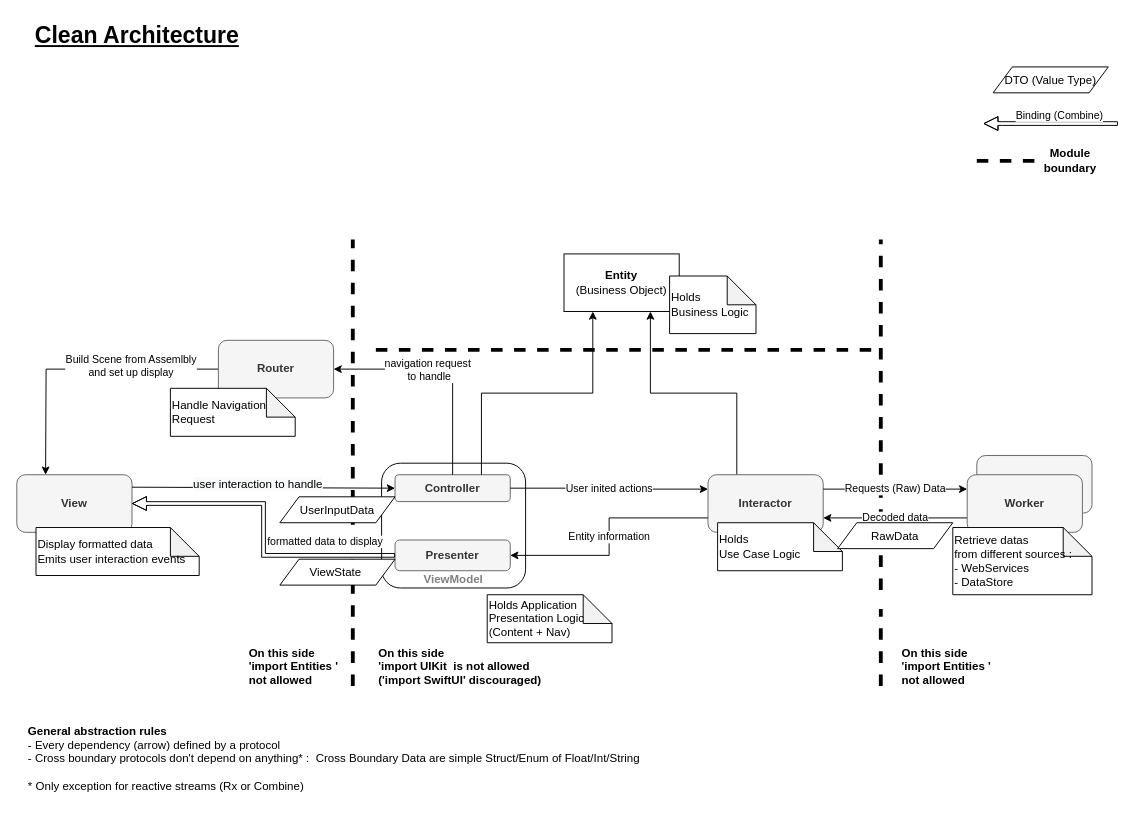
The draw.io diagram Figures/CleanArch_Responsibilities_Boundary_details.drawio in MaximeWacker/MCHB-NG-Doc, before the edit. Source tidied: cells renumbered, new cells numbered last; positions are measured from the earlier drawing's top-left corner, leaving out a move shared by most shapes. Both pictures are drawn from the tidied source at 96%, with x=0, y=0 at pixel (16, 16).
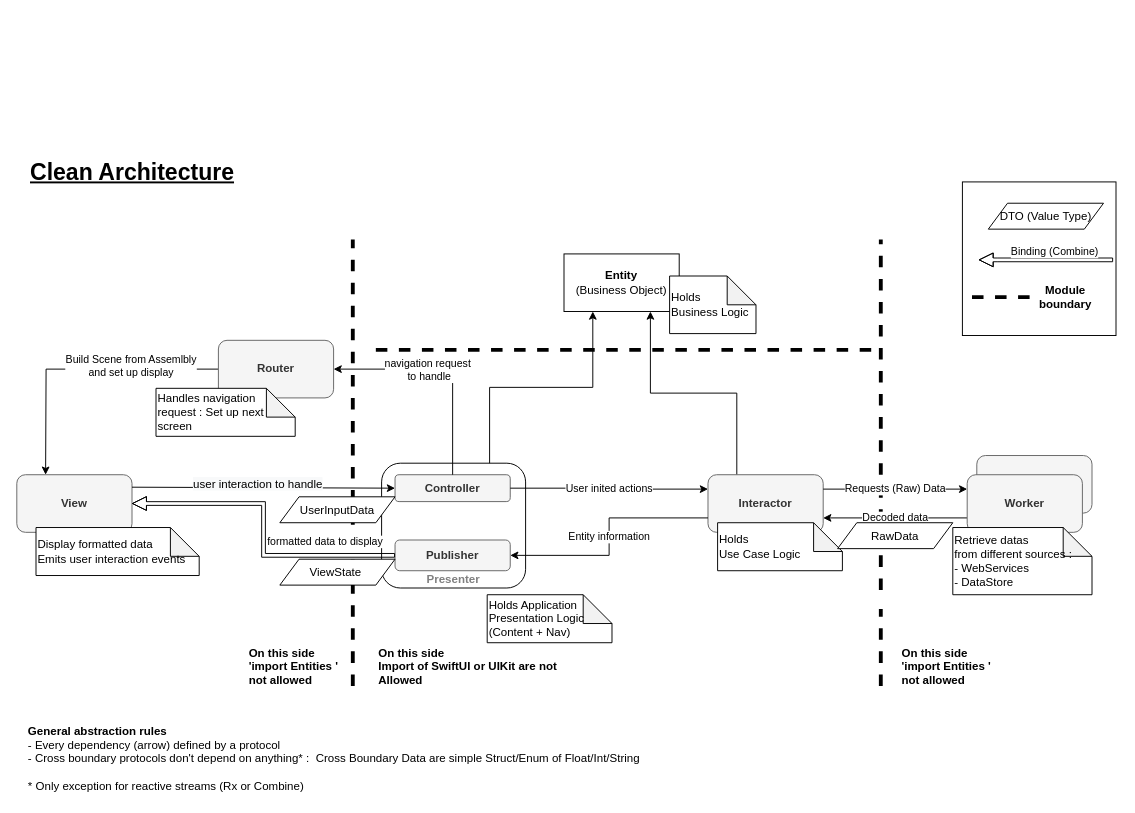
Above is the later version.

Commit message (it also covers changes not shown here):
French Arch Intro Prez

The change refers to these unchanged cells:
```xml
<mxCell id="24" value="&lt;b&gt;Entity&lt;/b&gt;&lt;br&gt;(Business Object)" style="rounded=0;whiteSpace=wrap;html=1;" parent="1" vertex="1">
  <mxGeometry x="570" y="247" width="120" height="60" as="geometry" />
</mxCell>
<mxCell id="31" value="&lt;b&gt;Controller&lt;/b&gt;" style="rounded=1;whiteSpace=wrap;html=1;fillColor=#f5f5f5;fontColor=#333333;strokeColor=#666666;" parent="1" vertex="1">
  <mxGeometry x="394" y="477" width="120" height="28" as="geometry" />
</mxCell>
```

Diff of the diagram source:
```diff
@@
+    <mxCell id="48" style="whiteSpace=wrap;html=1;" parent="1" vertex="1">
+      <mxGeometry x="985" y="172" width="160" height="160" as="geometry" />
+    </mxCell>
@@
-    <mxCell id="9" value="&lt;b&gt;On this side&amp;nbsp;&lt;br&gt;'import UIKit &amp;nbsp;is not allowed&lt;br&gt;('import SwiftUI' discouraged)&lt;br&gt;&lt;/b&gt;" style="text;html=1;align=left;verticalAlign=middle;strokeColor=none;fillColor=none;" parent="1" vertex="1">
-      <mxGeometry x="375" y="647" width="190" height="60" as="geometry" />
+    <mxCell id="9" value="&lt;b&gt;On this side&amp;nbsp;&lt;br&gt;Import of SwiftUI or UIKit are not&lt;br&gt;Allowed&lt;br&gt;&lt;/b&gt;" style="text;html=1;align=left;verticalAlign=middle;strokeColor=none;fillColor=none;" parent="1" vertex="1">
+      <mxGeometry x="375" y="647" width="210" height="60" as="geometry" />
     </mxCell>
@@
     <mxCell id="13" style="endArrow=none;dashed=1;html=1;rounded=0;endSize=9;startSize=9;strokeWidth=4;" parent="1" edge="1">
       <mxGeometry relative="1" as="geometry">
-        <mxPoint x="1060" y="150" as="sourcePoint" />
-        <mxPoint x="990" y="150" as="targetPoint" />
+        <mxPoint x="1055" y="292" as="sourcePoint" />
+        <mxPoint x="985" y="292" as="targetPoint" />
       </mxGeometry>
     </mxCell>
@@
-    <mxCell id="15" value="Handle Navigation Request" style="shape=note;whiteSpace=wrap;html=1;backgroundOutline=1;darkOpacity=0.05;align=left;" parent="1" vertex="1">
-      <mxGeometry x="160" y="387" width="130" height="50" as="geometry" />
+    <mxCell id="15" value="Handles navigation request : Set up next screen" style="shape=note;whiteSpace=wrap;html=1;backgroundOutline=1;darkOpacity=0.05;align=left;" parent="1" vertex="1">
+      <mxGeometry x="145" y="387" width="145" height="50" as="geometry" />
     </mxCell>
@@
     <mxCell id="27" value="&lt;font style=&quot;font-size: 24px;&quot;&gt;&lt;b&gt;&lt;u&gt;Clean Architecture&lt;/u&gt;&lt;/b&gt;&lt;/font&gt;" style="text;html=1;align=center;verticalAlign=middle;strokeColor=none;fillColor=none;" parent="1" vertex="1">
-      <mxGeometry x="5" width="240" height="40" as="geometry" />
+      <mxGeometry y="142" width="240" height="40" as="geometry" />
     </mxCell>
@@
     <mxCell id="29" value="DTO (Value Type)" style="shape=parallelogram;perimeter=parallelogramPerimeter;whiteSpace=wrap;html=1;fixedSize=1;" parent="1" vertex="1">
-      <mxGeometry x="1017" y="52.2" width="120" height="27" as="geometry" />
+      <mxGeometry x="1012" y="194.2" width="120" height="27" as="geometry" />
     </mxCell>
-    <mxCell id="30" value="&lt;b&gt;&lt;font color=&quot;#808080&quot;&gt;ViewModel&lt;/font&gt;&lt;/b&gt;" style="rounded=1;whiteSpace=wrap;html=1;align=center;verticalAlign=bottom;" parent="1" vertex="1">
+    <mxCell id="30" value="&lt;b&gt;&lt;font color=&quot;#808080&quot;&gt;Presenter&lt;/font&gt;&lt;/b&gt;" style="rounded=1;whiteSpace=wrap;html=1;align=center;verticalAlign=bottom;" parent="1" vertex="1">
       <mxGeometry x="380" y="465" width="150" height="130" as="geometry" />
     </mxCell>
@@
-    <mxCell id="32" value="&lt;b&gt;Presenter&lt;/b&gt;" style="rounded=1;whiteSpace=wrap;html=1;fillColor=#f5f5f5;fontColor=#333333;strokeColor=#666666;" parent="1" vertex="1">
+    <mxCell id="32" value="&lt;b&gt;Publisher&lt;/b&gt;" style="rounded=1;whiteSpace=wrap;html=1;fillColor=#f5f5f5;fontColor=#333333;strokeColor=#666666;" parent="1" vertex="1">
       <mxGeometry x="394" y="545" width="120" height="32" as="geometry" />
     </mxCell>
-    <mxCell id="33" style="edgeStyle=orthogonalEdgeStyle;rounded=0;jettySize=auto;html=1;exitX=0.75;exitY=0;exitDx=0;exitDy=0;entryX=0.25;entryY=1;entryDx=0;entryDy=0;" parent="1" edge="1" source="31" target="24">
+    <mxCell id="33" style="edgeStyle=orthogonalEdgeStyle;rounded=0;jettySize=auto;html=1;entryX=0.25;entryY=1;entryDx=0;entryDy=0;exitX=0.75;exitY=0;exitDx=0;exitDy=0;" parent="1" edge="1" source="30" target="24">
       <mxGeometry relative="1" as="geometry" />
     </mxCell>
@@
     <mxCell id="44" style="edgeStyle=orthogonalEdgeStyle;rounded=0;orthogonalLoop=1;jettySize=auto;html=1;shape=flexArrow;strokeWidth=1;endWidth=9.444444444444445;endSize=4.519444444444444;width=3.888888888888889;" parent="1" edge="1">
       <mxGeometry relative="1" as="geometry">
-        <mxPoint x="1147" y="111.2" as="sourcePoint" />
-        <mxPoint x="1007" y="111.2" as="targetPoint" />
+        <mxPoint x="1142" y="253.2" as="sourcePoint" />
+        <mxPoint x="1002" y="253.2" as="targetPoint" />
         <Array as="points">
-          <mxPoint x="1027" y="111.2" />
+          <mxPoint x="1022" y="253.2" />
         </Array>
       </mxGeometry>
     </mxCell>
@@
     <mxCell id="47" value="&lt;b&gt;&lt;font color=&quot;#000000&quot;&gt;Module &lt;br&gt;boundary&lt;/font&gt;&lt;/b&gt;" style="text;html=1;align=center;verticalAlign=middle;strokeColor=none;fillColor=none;fontColor=#808080;" parent="1" vertex="1">
-      <mxGeometry x="1057" y="130" width="80" height="40" as="geometry" />
+      <mxGeometry x="1052" y="272" width="80" height="40" as="geometry" />
     </mxCell>
```
